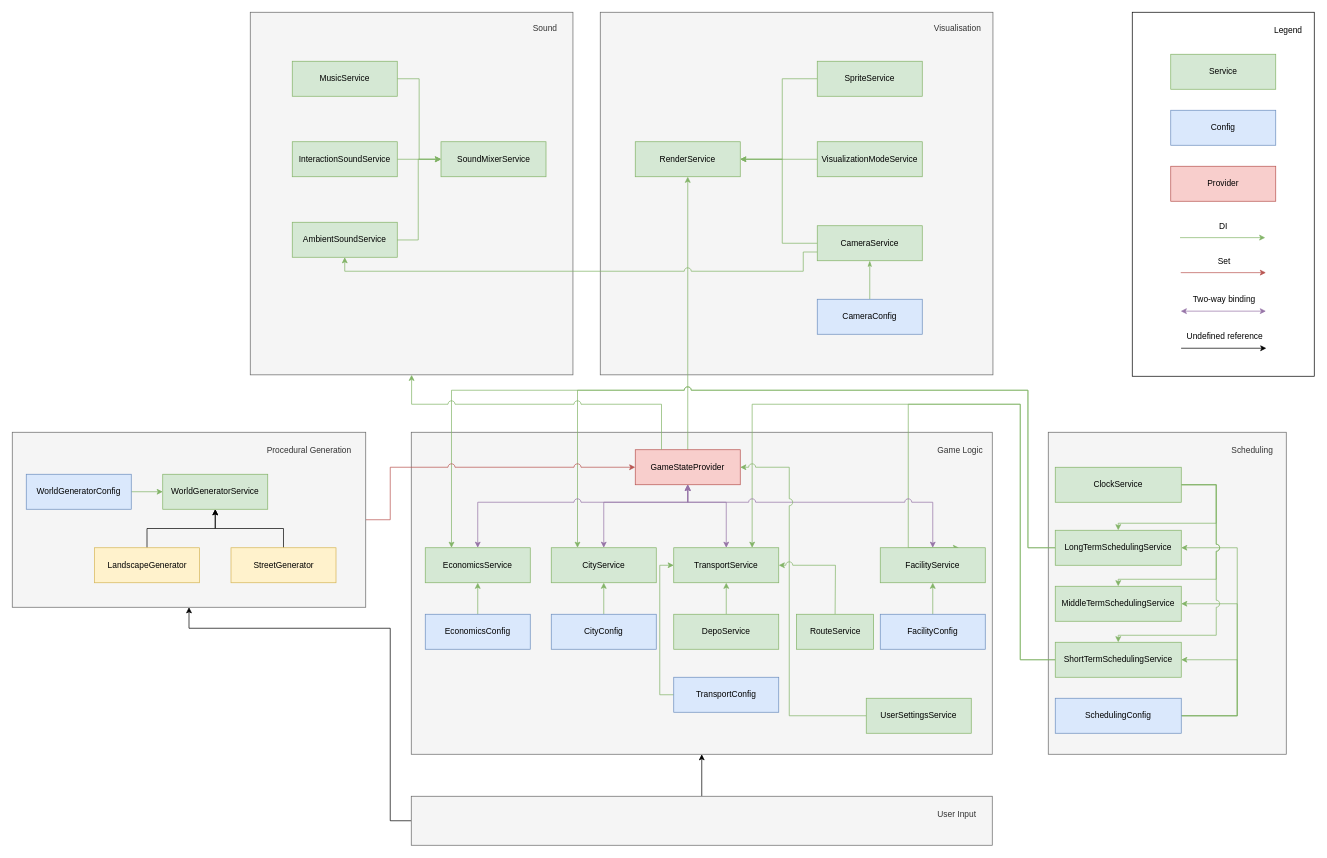
Above: uml/transportflow-arch.drawio in dinomintstudio/transportflow (draw.io), before the change. Source tidied: cells renumbered, new cells numbered last; positions are measured from the earlier drawing's top-left corner, leaving out a move shared by most shapes. Both pictures are drawn from the tidied source at 70%, with x=0, y=0 at pixel (12, 12).
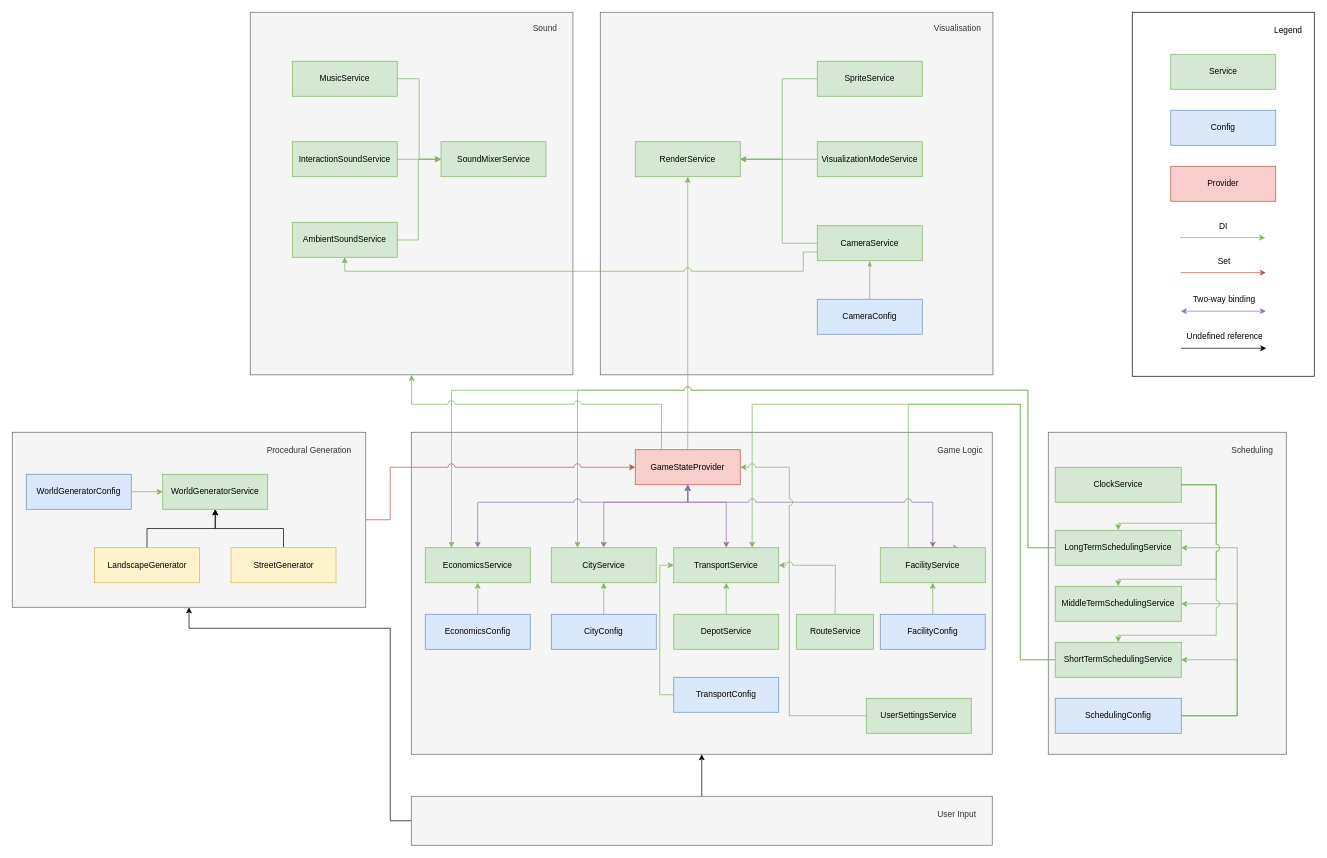
Above is the later version.

What changed in the source:
```diff
@@
-    <mxCell id="48" value="DepoService" style="rounded=0;whiteSpace=wrap;html=1;fillColor=#d5e8d4;strokeColor=#82b366;" parent="1" vertex="1">
+    <mxCell id="48" value="DepotService" style="rounded=0;whiteSpace=wrap;html=1;fillColor=#d5e8d4;strokeColor=#82b366;" parent="1" vertex="1">
       <mxGeometry x="945" y="860" width="150" height="50" as="geometry" />
     </mxCell>
```
